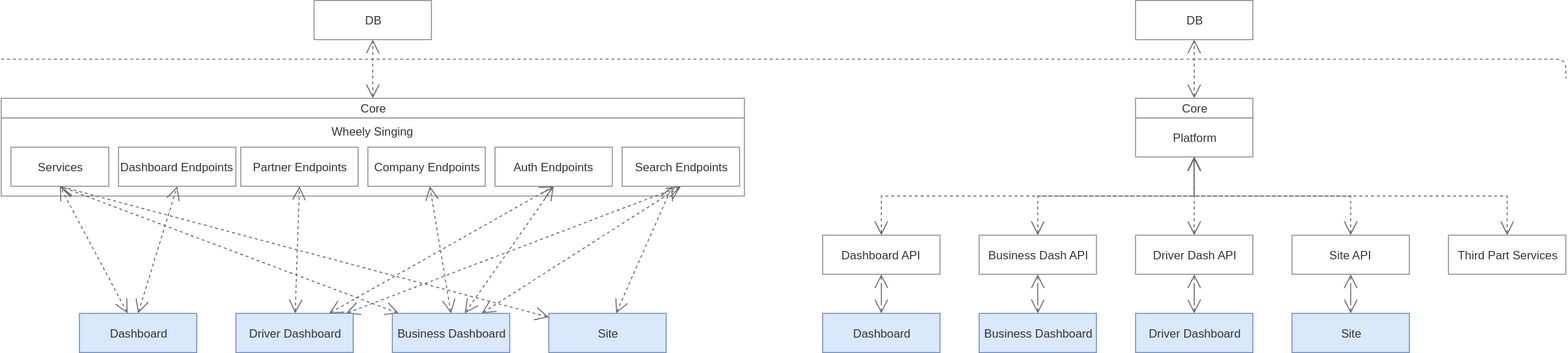
Before: api-schema.svg, a diagram exported from draw.io (ajile/draw-io). Source tidied: cells renumbered, new cells last; positions are measured from the earlier drawing's top-left corner, leaving out a move shared by most shapes.
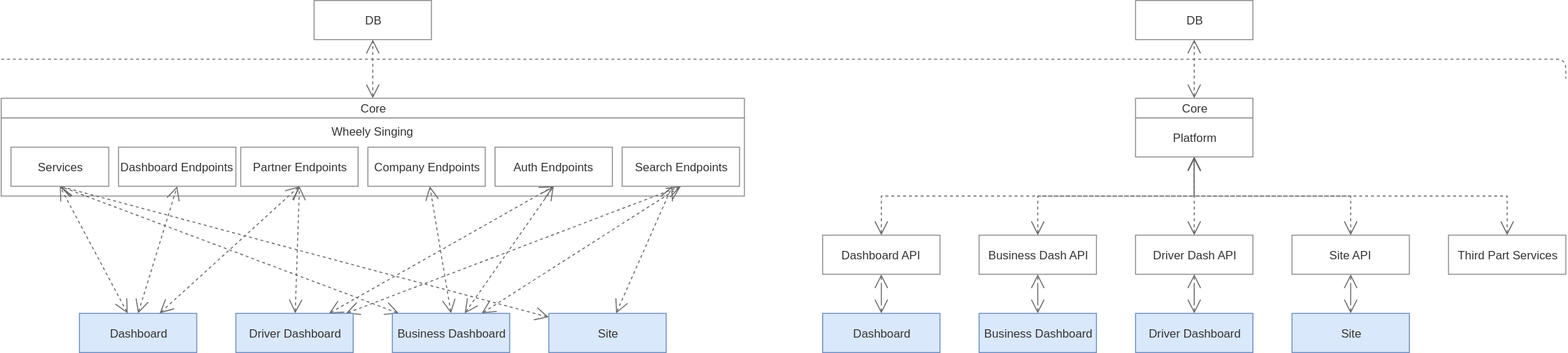
The same diagram one commit later.

The edit, as a diff of the source:
```diff
@@ -131,6 +131,9 @@
     <mxCell id="43" style="edgeStyle=none;rounded=0;html=1;entryX=0.5;entryY=1;dashed=1;startArrow=open;startFill=0;startSize=12;endArrow=open;endFill=0;endSize=12;jettySize=auto;strokeColor=#666666;strokeWidth=1;fontSize=12;fontColor=#333333;" parent="1" edge="1" source="44" target="50">
       <mxGeometry relative="1" as="geometry" />
     </mxCell>
+    <mxCell id="51" style="edgeStyle=none;rounded=0;html=1;entryX=0.5;entryY=1;dashed=1;startArrow=open;startFill=0;startSize=12;endArrow=open;endFill=0;endSize=12;jettySize=auto;strokeColor=#666666;strokeWidth=1;fontSize=12;fontColor=#333333;" parent="1" edge="1" source="44" target="45">
+      <mxGeometry relative="1" as="geometry" />
+    </mxCell>
     <mxCell id="44" value="Dashboard" style="rounded=0;whiteSpace=wrap;html=1;strokeColor=#6c8ebf;fontSize=12;fontColor=#333333;align=center;fillColor=#dae8fc;" parent="1" vertex="1">
       <mxGeometry x="80" y="320" width="120" height="40" as="geometry" />
     </mxCell>
```
